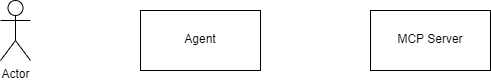
The draw.io diagram flows/mcp-flow-2.drawio.png in damienbod/McpSecurity, before a commit. Source tidied: cells renumbered, new cells last; positions are measured from the earlier drawing's top-left corner, leaving out a move shared by most shapes. Source of this version:
```xml
<mxGraphModel>
  <root>
    <mxCell id="0" />
    <mxCell id="1" parent="0" />
    <mxCell id="2" style="rounded=0;whiteSpace=wrap;html=1;" parent="1" vertex="1">
      <mxGeometry x="370" y="10" width="120" height="60" as="geometry" />
    </mxCell>
    <mxCell id="3" style="rounded=0;whiteSpace=wrap;html=1;" parent="1" vertex="1">
      <mxGeometry x="140" y="10" width="120" height="60" as="geometry" />
    </mxCell>
    <mxCell id="4" value="Agent" style="text;html=1;align=center;verticalAlign=middle;whiteSpace=wrap;rounded=0;" parent="1" vertex="1">
      <mxGeometry x="155" y="24" width="90" height="30" as="geometry" />
    </mxCell>
    <mxCell id="5" value="MCP Server" style="text;whiteSpace=wrap;align=center;" parent="1" vertex="1">
      <mxGeometry x="385" y="25" width="90" height="30" as="geometry" />
    </mxCell>
    <mxCell id="6" value="Actor" style="shape=umlActor;verticalLabelPosition=bottom;verticalAlign=top;html=1;outlineConnect=0;" parent="1" vertex="1">
      <mxGeometry width="30" height="60" as="geometry" />
    </mxCell>
  </root>
</mxGraphModel>
```
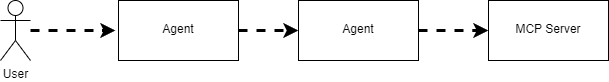
Above is the later version.

What changed in the source:
```diff
@@ -3,19 +3,36 @@
     <mxCell id="0" />
     <mxCell id="1" parent="0" />
     <mxCell id="2" style="rounded=0;whiteSpace=wrap;html=1;" parent="1" vertex="1">
-      <mxGeometry x="370" y="10" width="120" height="60" as="geometry" />
+      <mxGeometry x="418" y="10" width="120" height="60" as="geometry" />
     </mxCell>
     <mxCell id="3" style="rounded=0;whiteSpace=wrap;html=1;" parent="1" vertex="1">
-      <mxGeometry x="140" y="10" width="120" height="60" as="geometry" />
+      <mxGeometry x="48" y="10" width="120" height="60" as="geometry" />
     </mxCell>
     <mxCell id="4" value="Agent" style="text;html=1;align=center;verticalAlign=middle;whiteSpace=wrap;rounded=0;" parent="1" vertex="1">
-      <mxGeometry x="155" y="24" width="90" height="30" as="geometry" />
+      <mxGeometry x="63" y="24" width="90" height="30" as="geometry" />
     </mxCell>
     <mxCell id="5" value="MCP Server" style="text;whiteSpace=wrap;align=center;" parent="1" vertex="1">
-      <mxGeometry x="385" y="25" width="90" height="30" as="geometry" />
+      <mxGeometry x="433" y="25" width="90" height="30" as="geometry" />
     </mxCell>
-    <mxCell id="6" value="Actor" style="shape=umlActor;verticalLabelPosition=bottom;verticalAlign=top;html=1;outlineConnect=0;" parent="1" vertex="1">
-      <mxGeometry width="30" height="60" as="geometry" />
+    <mxCell id="6" value="User" style="shape=umlActor;verticalLabelPosition=bottom;verticalAlign=top;html=1;outlineConnect=0;" parent="1" vertex="1">
+      <mxGeometry x="-70" y="10" width="30" height="60" as="geometry" />
     </mxCell>
+    <mxCell id="7" style="rounded=0;whiteSpace=wrap;html=1;" parent="1" vertex="1">
+      <mxGeometry x="228" y="10" width="120" height="60" as="geometry" />
+    </mxCell>
+    <mxCell id="8" value="Agent" style="text;html=1;align=center;verticalAlign=middle;whiteSpace=wrap;rounded=0;" parent="1" vertex="1">
+      <mxGeometry x="243" y="24" width="90" height="30" as="geometry" />
+    </mxCell>
+    <mxCell id="9" style="endArrow=classic;html=1;rounded=0;entryX=0;entryY=0.5;entryDx=0;entryDy=0;strokeWidth=3;dashed=1;" parent="1" edge="1" source="6">
+      <mxGeometry relative="1" as="geometry">
+        <mxPoint x="45" y="40" as="targetPoint" />
+      </mxGeometry>
+    </mxCell>
+    <mxCell id="10" style="endArrow=classic;html=1;rounded=0;entryX=0;entryY=0.5;entryDx=0;entryDy=0;strokeWidth=3;dashed=1;exitX=1;exitY=0.5;exitDx=0;exitDy=0;" parent="1" edge="1" source="3" target="7">
+      <mxGeometry relative="1" as="geometry" />
+    </mxCell>
+    <mxCell id="11" style="endArrow=classic;html=1;rounded=0;entryX=0;entryY=0.5;entryDx=0;entryDy=0;strokeWidth=3;dashed=1;exitX=1;exitY=0.5;exitDx=0;exitDy=0;" parent="1" edge="1" source="7" target="2">
+      <mxGeometry relative="1" as="geometry" />
+    </mxCell>
   </root>
 </mxGraphModel>
```
